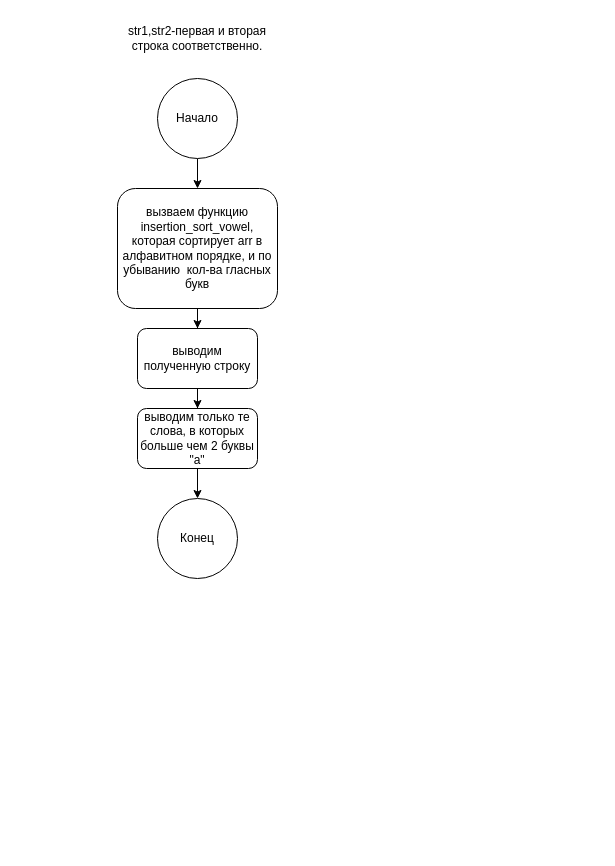
Earlier version of the draw.io diagram basics_of_programming_and_algorithmization/lab_4/task_7.drawio (async-master/nsm-avtf). Source tidied: cells renumbered, new cells numbered last; positions are measured from the earlier drawing's top-left corner, leaving out a move shared by most shapes. Both pictures are drawn from the tidied source at 100%, with x=0, y=0 at pixel (112, 18).
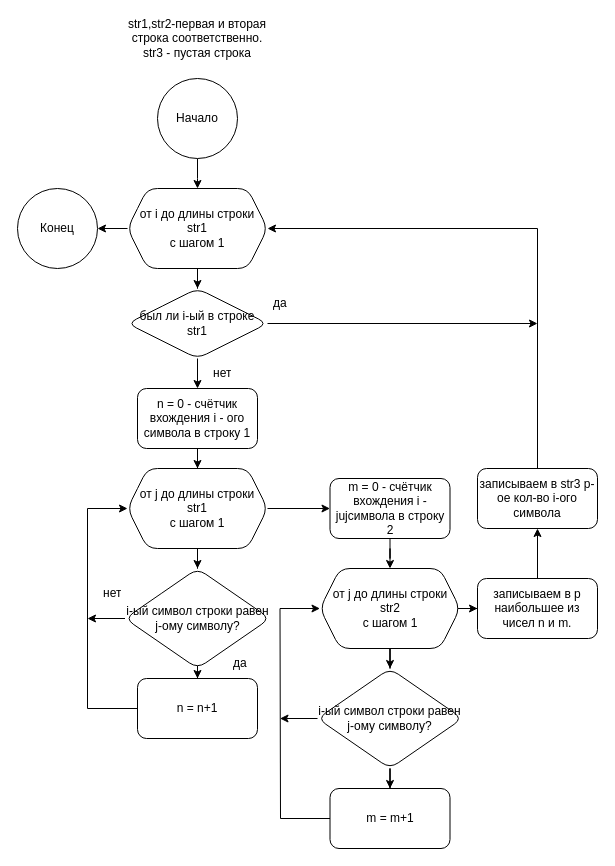
Above is the later version.

Unchanged cells that the change refers to:
```xml
<mxCell id="4" value="Начало" style="ellipse;whiteSpace=wrap;html=1;" parent="1" vertex="1">
  <mxGeometry x="45" y="60" width="80" height="80" as="geometry" />
</mxCell>
```

What changed in the source:
```diff
@@
-    <mxCell id="2" value="&lt;div&gt;str1,str2-первая и вторая строка соответственно.&lt;/div&gt;" style="text;html=1;strokeColor=none;fillColor=none;align=center;verticalAlign=middle;whiteSpace=wrap;rounded=0;" parent="1" vertex="1">
+    <mxCell id="2" value="&lt;div&gt;str1,str2-первая и вторая строка соответственно.&lt;/div&gt;&lt;div&gt;str3 - пустая строка&lt;br&gt;&lt;/div&gt;" style="text;html=1;strokeColor=none;fillColor=none;align=center;verticalAlign=middle;whiteSpace=wrap;rounded=0;" parent="1" vertex="1">
       <mxGeometry width="170" height="40" as="geometry" />
     </mxCell>
-    <mxCell id="3" style="edgeStyle=orthogonalEdgeStyle;rounded=0;jettySize=auto;html=1;" parent="1" edge="1" source="4" target="6">
-      <mxGeometry relative="1" as="geometry" />
+    <mxCell id="3" style="edgeStyle=orthogonalEdgeStyle;rounded=0;jettySize=auto;html=1;" parent="1" edge="1" source="4">
+      <mxGeometry relative="1" as="geometry">
+        <mxPoint x="85" y="170" as="targetPoint" />
+      </mxGeometry>
     </mxCell>
@@
-    <mxCell id="5" style="edgeStyle=orthogonalEdgeStyle;rounded=0;jettySize=auto;html=1;" parent="1" edge="1" source="6" target="8">
-      <mxGeometry relative="1" as="geometry" />
-    </mxCell>
-    <mxCell id="6" value="вызваем функцию insertion_sort_vowel, которая сортирует arr в алфавитном порядке,  &lt;font style=&quot;font-size: 12px;&quot;&gt;и по убыванию&amp;nbsp; кол-ва гласных букв&lt;br role=&quot;presentation&quot;&gt;&lt;/font&gt;" style="rounded=1;whiteSpace=wrap;html=1;" parent="1" vertex="1">
-      <mxGeometry x="5" y="170" width="160" height="120" as="geometry" />
-    </mxCell>
-    <mxCell id="7" style="edgeStyle=orthogonalEdgeStyle;rounded=0;jettySize=auto;html=1;" parent="1" edge="1" source="8" target="10">
-      <mxGeometry relative="1" as="geometry" />
-    </mxCell>
-    <mxCell id="8" value="выводим полученную строку" style="whiteSpace=wrap;html=1;rounded=1;" parent="1" vertex="1">
-      <mxGeometry x="25" y="310" width="120" height="60" as="geometry" />
-    </mxCell>
-    <mxCell id="9" style="edgeStyle=orthogonalEdgeStyle;rounded=0;jettySize=auto;html=1;" parent="1" edge="1" source="10" target="11">
-      <mxGeometry relative="1" as="geometry" />
-    </mxCell>
-    <mxCell id="10" value="выводим только те слова, в которых больше чем 2 буквы &quot;а&quot;" style="whiteSpace=wrap;html=1;rounded=1;" parent="1" vertex="1">
-      <mxGeometry x="25" y="390" width="120" height="60" as="geometry" />
-    </mxCell>
+    <mxCell id="12" style="edgeStyle=orthogonalEdgeStyle;rounded=0;jettySize=auto;html=1;" parent="1" edge="1" source="14" target="16">
+      <mxGeometry relative="1" as="geometry" />
+    </mxCell>
+    <mxCell id="13" style="edgeStyle=orthogonalEdgeStyle;rounded=0;jettySize=auto;html=1;" parent="1" edge="1" source="14" target="11">
+      <mxGeometry relative="1" as="geometry" />
+    </mxCell>
+    <mxCell id="14" value="&lt;div&gt;от i до длины строки &lt;br&gt;&lt;/div&gt;&lt;div&gt;str1&lt;/div&gt;с шагом 1" style="shape=hexagon;perimeter=hexagonPerimeter2;whiteSpace=wrap;html=1;fixedSize=1;rounded=1;" parent="1" vertex="1">
+      <mxGeometry x="15" y="170" width="140" height="80" as="geometry" />
+    </mxCell>
+    <mxCell id="15" style="edgeStyle=orthogonalEdgeStyle;rounded=0;jettySize=auto;html=1;" parent="1" edge="1" source="16" target="18">
+      <mxGeometry relative="1" as="geometry" />
+    </mxCell>
+    <mxCell id="16" value="&lt;div&gt;был ли i-ый в строке&lt;/div&gt;&lt;div&gt;str1&lt;br&gt;&lt;/div&gt;" style="rhombus;whiteSpace=wrap;html=1;rounded=1;" parent="1" vertex="1">
+      <mxGeometry x="15" y="270" width="140" height="70" as="geometry" />
+    </mxCell>
+    <mxCell id="17" style="edgeStyle=orthogonalEdgeStyle;rounded=0;jettySize=auto;html=1;" parent="1" edge="1" source="18" target="21">
+      <mxGeometry relative="1" as="geometry" />
+    </mxCell>
+    <mxCell id="18" value="n = 0 - счётчик вхождения i - ого символа в строку 1" style="whiteSpace=wrap;html=1;rounded=1;" parent="1" vertex="1">
+      <mxGeometry x="25" y="370" width="120" height="60" as="geometry" />
+    </mxCell>
+    <mxCell id="19" style="edgeStyle=orthogonalEdgeStyle;rounded=0;jettySize=auto;html=1;" parent="1" edge="1" source="21" target="23">
+      <mxGeometry relative="1" as="geometry" />
+    </mxCell>
+    <mxCell id="20" style="edgeStyle=orthogonalEdgeStyle;rounded=0;jettySize=auto;html=1;" parent="1" edge="1" source="21" target="25">
+      <mxGeometry relative="1" as="geometry" />
+    </mxCell>
+    <mxCell id="21" value="&lt;div&gt;от j до длины строки &lt;br&gt;&lt;/div&gt;&lt;div&gt;str1&lt;/div&gt;с шагом 1" style="shape=hexagon;perimeter=hexagonPerimeter2;whiteSpace=wrap;html=1;fixedSize=1;rounded=1;" parent="1" vertex="1">
+      <mxGeometry x="15" y="450" width="140" height="80" as="geometry" />
+    </mxCell>
+    <mxCell id="22" style="edgeStyle=orthogonalEdgeStyle;rounded=0;jettySize=auto;html=1;" parent="1" edge="1" source="23" target="31">
+      <mxGeometry relative="1" as="geometry" />
+    </mxCell>
+    <mxCell id="23" value="i-ый символ строки равен j-ому символу?" style="rhombus;whiteSpace=wrap;html=1;rounded=1;" parent="1" vertex="1">
+      <mxGeometry x="12.5" y="550" width="145" height="100" as="geometry" />
+    </mxCell>
+    <mxCell id="24" style="edgeStyle=orthogonalEdgeStyle;rounded=0;jettySize=auto;html=1;" parent="1" edge="1" source="25" target="28">
+      <mxGeometry relative="1" as="geometry" />
+    </mxCell>
+    <mxCell id="25" value="m = 0 - счётчик вхождения i - jujсимвола в строку 2 " style="whiteSpace=wrap;html=1;rounded=1;" parent="1" vertex="1">
+      <mxGeometry x="217.5" y="460" width="120" height="60" as="geometry" />
+    </mxCell>
+    <mxCell id="26" style="edgeStyle=orthogonalEdgeStyle;rounded=0;jettySize=auto;html=1;" parent="1" edge="1" source="28" target="30">
+      <mxGeometry relative="1" as="geometry" />
+    </mxCell>
+    <mxCell id="27" style="edgeStyle=orthogonalEdgeStyle;rounded=0;jettySize=auto;html=1;" parent="1" edge="1" source="28" target="42">
+      <mxGeometry relative="1" as="geometry" />
+    </mxCell>
+    <mxCell id="28" value="&lt;div&gt;от j до длины строки &lt;br&gt;&lt;/div&gt;&lt;div&gt;str2&lt;/div&gt;с шагом 1" style="shape=hexagon;perimeter=hexagonPerimeter2;whiteSpace=wrap;html=1;fixedSize=1;rounded=1;" parent="1" vertex="1">
+      <mxGeometry x="207.5" y="550" width="140" height="80" as="geometry" />
+    </mxCell>
+    <mxCell id="29" style="edgeStyle=orthogonalEdgeStyle;rounded=0;jettySize=auto;html=1;" parent="1" edge="1" source="30" target="32">
+      <mxGeometry relative="1" as="geometry" />
+    </mxCell>
+    <mxCell id="30" value="i-ый символ строки равен j-ому символу?" style="rhombus;whiteSpace=wrap;html=1;rounded=1;" parent="1" vertex="1">
+      <mxGeometry x="205" y="650" width="145" height="100" as="geometry" />
+    </mxCell>
+    <mxCell id="31" value="n = n+1" style="rounded=1;whiteSpace=wrap;html=1;" parent="1" vertex="1">
+      <mxGeometry x="25" y="660" width="120" height="60" as="geometry" />
+    </mxCell>
+    <mxCell id="32" value="m = m+1" style="rounded=1;whiteSpace=wrap;html=1;" parent="1" vertex="1">
+      <mxGeometry x="217.5" y="770" width="120" height="60" as="geometry" />
+    </mxCell>
+    <mxCell id="33" value="нет" style="text;strokeColor=none;fillColor=none;align=left;verticalAlign=middle;spacingLeft=4;spacingRight=4;overflow=hidden;whiteSpace=wrap;html=1;" parent="1" vertex="1">
+      <mxGeometry x="95" y="340" width="40" height="30" as="geometry" />
+    </mxCell>
+    <mxCell id="34" style="endArrow=classic;html=1;rounded=0;exitX=0;exitY=0.5;exitDx=0;exitDy=0;entryX=0;entryY=0.5;entryDx=0;entryDy=0;" parent="1" edge="1" source="31" target="21">
+      <mxGeometry relative="1" as="geometry">
+        <Array as="points">
+          <mxPoint x="-25" y="690" />
+          <mxPoint x="-25" y="490" />
+        </Array>
+      </mxGeometry>
+    </mxCell>
+    <mxCell id="35" style="endArrow=classic;html=1;rounded=0;exitX=0;exitY=0.5;exitDx=0;exitDy=0;" parent="1" edge="1" source="23">
+      <mxGeometry relative="1" as="geometry">
+        <mxPoint x="-25" y="600" as="targetPoint" />
+      </mxGeometry>
+    </mxCell>
+    <mxCell id="36" value="нет" style="text;strokeColor=none;fillColor=none;align=left;verticalAlign=middle;spacingLeft=4;spacingRight=4;overflow=hidden;whiteSpace=wrap;html=1;" parent="1" vertex="1">
+      <mxGeometry x="-15" y="560" width="80" height="30" as="geometry" />
+    </mxCell>
+    <mxCell id="37" value="да" style="text;strokeColor=none;fillColor=none;align=left;verticalAlign=middle;spacingLeft=4;spacingRight=4;overflow=hidden;whiteSpace=wrap;html=1;" parent="1" vertex="1">
+      <mxGeometry x="115" y="630" width="80" height="30" as="geometry" />
+    </mxCell>
+    <mxCell id="38" style="endArrow=classic;html=1;rounded=0;exitX=0;exitY=0.5;exitDx=0;exitDy=0;entryX=0;entryY=0.5;entryDx=0;entryDy=0;" parent="1" edge="1" source="32" target="28">
+      <mxGeometry relative="1" as="geometry">
+        <Array as="points">
+          <mxPoint x="168" y="800" />
+          <mxPoint x="167.5" y="590" />
+        </Array>
+      </mxGeometry>
+    </mxCell>
+    <mxCell id="39" style="endArrow=classic;html=1;rounded=0;exitX=0;exitY=0.5;exitDx=0;exitDy=0;" parent="1" edge="1" source="30">
+      <mxGeometry relative="1" as="geometry">
+        <mxPoint x="167.5" y="700" as="targetPoint" />
+      </mxGeometry>
+    </mxCell>
+    <mxCell id="40" value="записываем в str3 p-ое кол-во i-ого символа" style="whiteSpace=wrap;html=1;rounded=1;" parent="1" vertex="1">
+      <mxGeometry x="365" y="450" width="120" height="60" as="geometry" />
+    </mxCell>
+    <mxCell id="41" style="edgeStyle=orthogonalEdgeStyle;rounded=0;jettySize=auto;html=1;" parent="1" edge="1" source="42" target="40">
+      <mxGeometry relative="1" as="geometry" />
+    </mxCell>
+    <mxCell id="42" value="записываем в p наибольшее из чисел n и m." style="whiteSpace=wrap;html=1;rounded=1;" parent="1" vertex="1">
+      <mxGeometry x="365" y="560" width="120" height="60" as="geometry" />
+    </mxCell>
+    <mxCell id="43" style="endArrow=classic;html=1;rounded=0;exitX=0.5;exitY=0;exitDx=0;exitDy=0;entryX=1;entryY=0.5;entryDx=0;entryDy=0;" parent="1" edge="1" source="40" target="14">
+      <mxGeometry relative="1" as="geometry">
+        <Array as="points">
+          <mxPoint x="425" y="210" />
+        </Array>
+      </mxGeometry>
+    </mxCell>
+    <mxCell id="44" style="endArrow=classic;html=1;rounded=0;exitX=1;exitY=0.5;exitDx=0;exitDy=0;" parent="1" edge="1" source="16">
+      <mxGeometry relative="1" as="geometry">
+        <mxPoint x="425" y="305" as="targetPoint" />
+      </mxGeometry>
+    </mxCell>
+    <mxCell id="45" value="да" style="text;strokeColor=none;fillColor=none;align=left;verticalAlign=middle;spacingLeft=4;spacingRight=4;overflow=hidden;whiteSpace=wrap;html=1;" parent="1" vertex="1">
+      <mxGeometry x="155" y="270" width="80" height="30" as="geometry" />
+    </mxCell>
     <mxCell id="11" value="Конец" style="ellipse;whiteSpace=wrap;html=1;rounded=1;" parent="1" vertex="1">
-      <mxGeometry x="45" y="480" width="80" height="80" as="geometry" />
+      <mxGeometry x="-95" y="170" width="80" height="80" as="geometry" />
     </mxCell>
```
